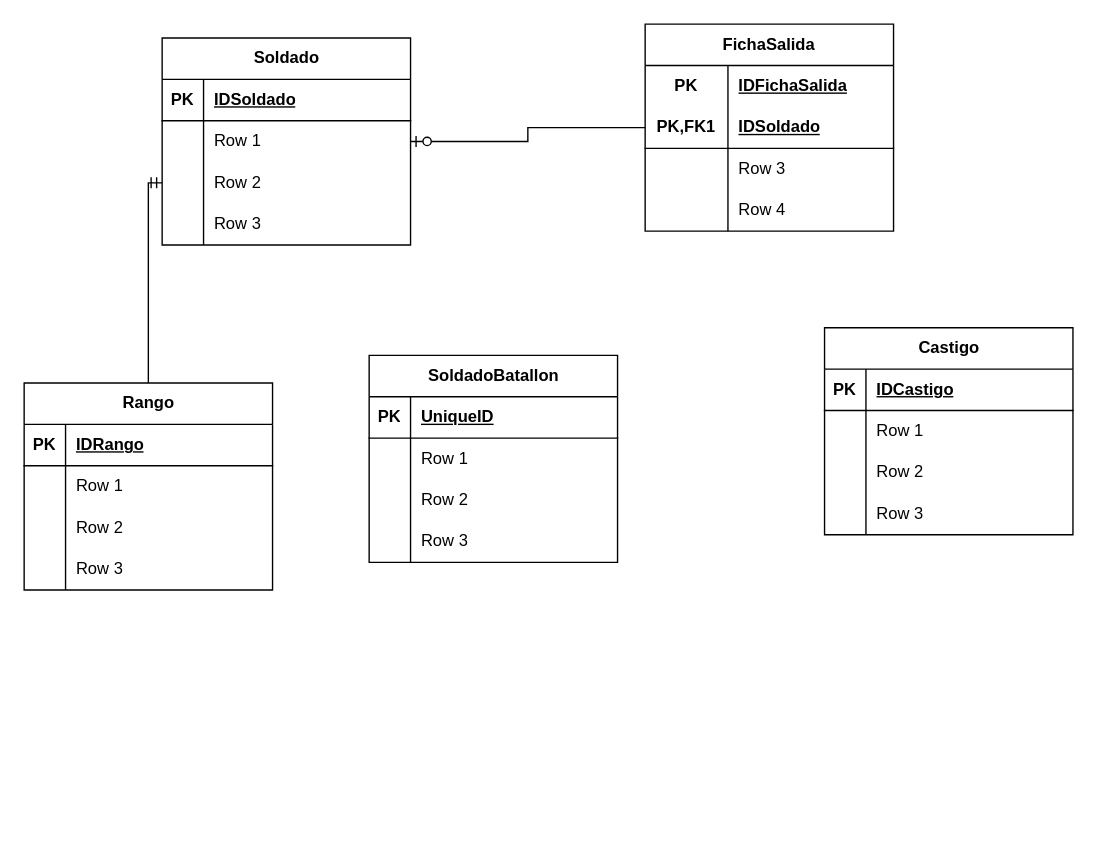
The draw.io diagram Ejercito.drawio in Rafael454Gonzalez/django-portfolio-simple, before the edit. Source tidied: cells renumbered, new cells numbered last; positions are measured from the earlier drawing's top-left corner, leaving out a move shared by most shapes. Both pictures are drawn from the tidied source at 138%, with x=0, y=0 at pixel (23, 23).
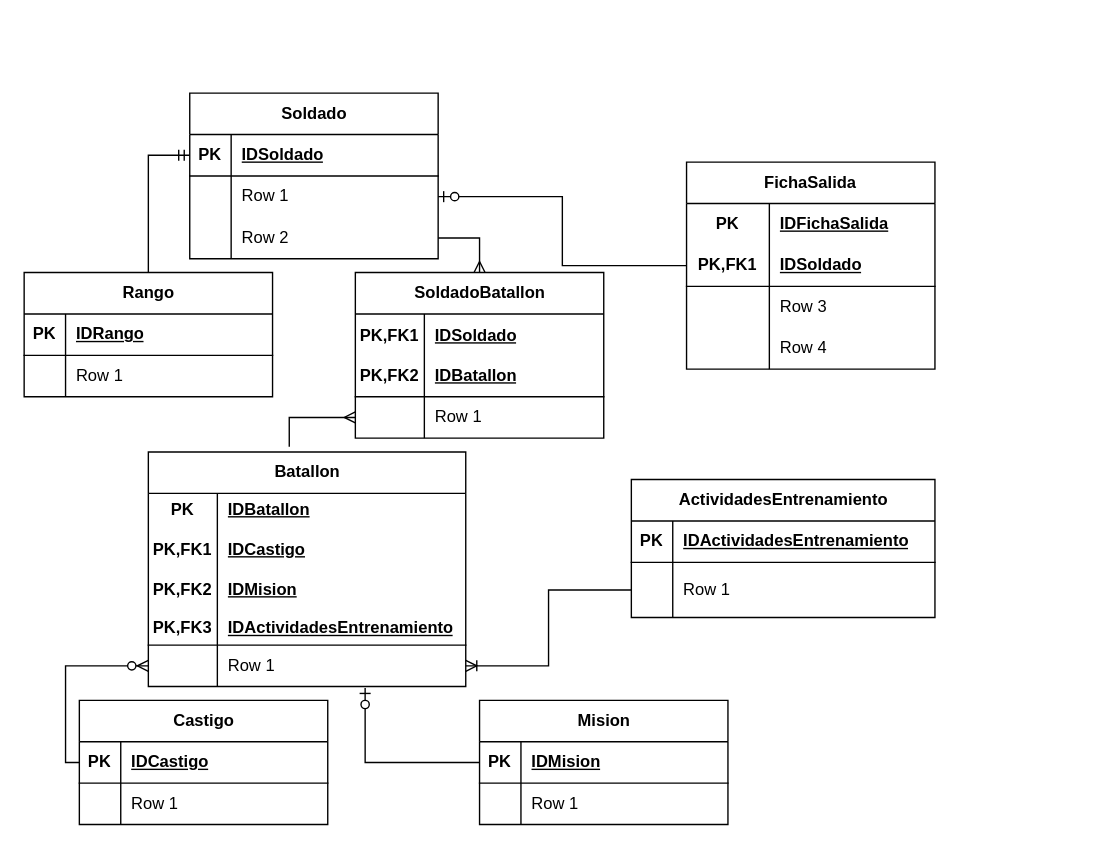
The same diagram, later.

Unchanged cells that the change refers to:
```xml
<mxCell id="3" style="shape=tableRow;horizontal=0;startSize=0;swimlaneHead=0;swimlaneBody=0;fillColor=none;points=[[0,0.5],[1,0.5]];portConstraint=eastwest;top=0;left=0;right=0;bottom=1;" parent="2" vertex="1">
  <mxGeometry y="30" width="180" height="30" as="geometry" />
</mxCell>
<mxCell id="9" style="shape=tableRow;horizontal=0;startSize=0;swimlaneHead=0;swimlaneBody=0;fillColor=none;points=[[0,0.5],[1,0.5]];portConstraint=eastwest;top=0;left=0;right=0;bottom=0;" parent="2" vertex="1">
  <mxGeometry y="90" width="180" height="30" as="geometry" />
</mxCell>
<mxCell id="44" style="shape=tableRow;horizontal=0;startSize=0;swimlaneHead=0;swimlaneBody=0;fillColor=none;points=[[0,0.5],[1,0.5]];portConstraint=eastwest;top=0;left=0;right=0;bottom=1;" parent="43" vertex="1">
  <mxGeometry y="30" width="180" height="30" as="geometry" />
</mxCell>
```

Change to the diagram source:
```diff
@@
     <mxCell id="2" value="Soldado" style="shape=table;startSize=30;childLayout=tableLayout;rowLines=0;fontStyle=1;align=center;html=1;" parent="1" vertex="1">
-      <mxGeometry x="100" y="10" width="180" height="150" as="geometry" />
+      <mxGeometry x="120" y="50" width="180" height="120" as="geometry" />
     </mxCell>
@@
-    <mxCell id="12" style="shape=tableRow;horizontal=0;startSize=0;swimlaneHead=0;swimlaneBody=0;fillColor=none;top=0;left=0;right=0;bottom=0;" parent="2" vertex="1">
-      <mxGeometry y="120" width="180" height="30" as="geometry" />
-    </mxCell>
-    <mxCell id="13" style="shape=partialRectangle;fillColor=none;top=0;left=0;bottom=0;right=0;overflow=hidden;whiteSpace=wrap;html=1;" parent="12" vertex="1">
-      <mxGeometry width="30" height="30" as="geometry" />
-    </mxCell>
-    <mxCell id="14" value="Row 3" style="shape=partialRectangle;fillColor=none;top=0;left=0;bottom=0;right=0;align=left;spacingLeft=6;overflow=hidden;whiteSpace=wrap;html=1;" parent="12" vertex="1">
-      <mxGeometry x="30" width="150" height="30" as="geometry" />
-    </mxCell>
     <mxCell id="15" value="FichaSalida" style="shape=table;startSize=30;childLayout=tableLayout;rowLines=0;fontStyle=1;align=center;html=1;whiteSpace=wrap;" parent="1" vertex="1">
-      <mxGeometry x="450" width="180" height="150" as="geometry" />
+      <mxGeometry x="480" y="100" width="180" height="150" as="geometry" />
     </mxCell>
@@
     <mxCell id="29" value="Rango" style="shape=table;startSize=30;childLayout=tableLayout;rowLines=0;fontStyle=1;align=center;html=1;" parent="1" vertex="1">
-      <mxGeometry y="260" width="180" height="150" as="geometry" />
+      <mxGeometry y="180" width="180" height="90" as="geometry" />
     </mxCell>
@@
-    <mxCell id="36" style="shape=tableRow;horizontal=0;startSize=0;swimlaneHead=0;swimlaneBody=0;fillColor=none;top=0;left=0;right=0;bottom=0;" parent="29" vertex="1">
-      <mxGeometry y="90" width="180" height="30" as="geometry" />
-    </mxCell>
-    <mxCell id="37" style="shape=partialRectangle;fillColor=none;top=0;left=0;bottom=0;right=0;overflow=hidden;whiteSpace=wrap;html=1;" parent="36" vertex="1">
-      <mxGeometry width="30" height="30" as="geometry" />
-    </mxCell>
-    <mxCell id="38" value="Row 2" style="shape=partialRectangle;fillColor=none;top=0;left=0;bottom=0;right=0;align=left;spacingLeft=6;overflow=hidden;whiteSpace=wrap;html=1;" parent="36" vertex="1">
-      <mxGeometry x="30" width="150" height="30" as="geometry" />
-    </mxCell>
-    <mxCell id="39" style="shape=tableRow;horizontal=0;startSize=0;swimlaneHead=0;swimlaneBody=0;fillColor=none;top=0;left=0;right=0;bottom=0;" parent="29" vertex="1">
-      <mxGeometry y="120" width="180" height="30" as="geometry" />
-    </mxCell>
-    <mxCell id="40" style="shape=partialRectangle;fillColor=none;top=0;left=0;bottom=0;right=0;overflow=hidden;whiteSpace=wrap;html=1;" parent="39" vertex="1">
-      <mxGeometry width="30" height="30" as="geometry" />
-    </mxCell>
-    <mxCell id="41" value="Row 3" style="shape=partialRectangle;fillColor=none;top=0;left=0;bottom=0;right=0;align=left;spacingLeft=6;overflow=hidden;whiteSpace=wrap;html=1;" parent="39" vertex="1">
-      <mxGeometry x="30" width="150" height="30" as="geometry" />
-    </mxCell>
-    <mxCell id="42" style="edgeStyle=orthogonalEdgeStyle;fontSize=12;html=1;endArrow=ERmandOne;rounded=0;exitX=0.5;exitY=0;exitDx=0;exitDy=0;entryX=0;entryY=0.5;entryDx=0;entryDy=0;" parent="1" edge="1" source="29" target="9">
+    <mxCell id="42" style="edgeStyle=orthogonalEdgeStyle;fontSize=12;html=1;endArrow=ERmandOne;rounded=0;exitX=0.5;exitY=0;exitDx=0;exitDy=0;entryX=0;entryY=0.5;entryDx=0;entryDy=0;" parent="1" edge="1" source="29" target="3">
       <mxGeometry relative="1" as="geometry" />
     </mxCell>
     <mxCell id="43" value="Castigo" style="shape=table;startSize=30;childLayout=tableLayout;rowLines=0;fontStyle=1;align=center;html=1;" parent="1" vertex="1">
-      <mxGeometry x="580" y="220" width="180" height="150" as="geometry" />
+      <mxGeometry x="40" y="490" width="180" height="90" as="geometry" />
     </mxCell>
@@
-    <mxCell id="50" style="shape=tableRow;horizontal=0;startSize=0;swimlaneHead=0;swimlaneBody=0;fillColor=none;top=0;left=0;right=0;bottom=0;" parent="43" vertex="1">
-      <mxGeometry y="90" width="180" height="30" as="geometry" />
-    </mxCell>
-    <mxCell id="51" style="shape=partialRectangle;fillColor=none;top=0;left=0;bottom=0;right=0;overflow=hidden;whiteSpace=wrap;html=1;" parent="50" vertex="1">
-      <mxGeometry width="30" height="30" as="geometry" />
-    </mxCell>
-    <mxCell id="52" value="Row 2" style="shape=partialRectangle;fillColor=none;top=0;left=0;bottom=0;right=0;align=left;spacingLeft=6;overflow=hidden;whiteSpace=wrap;html=1;" parent="50" vertex="1">
-      <mxGeometry x="30" width="150" height="30" as="geometry" />
-    </mxCell>
-    <mxCell id="53" style="shape=tableRow;horizontal=0;startSize=0;swimlaneHead=0;swimlaneBody=0;fillColor=none;top=0;left=0;right=0;bottom=0;" parent="43" vertex="1">
-      <mxGeometry y="120" width="180" height="30" as="geometry" />
-    </mxCell>
-    <mxCell id="54" style="shape=partialRectangle;fillColor=none;top=0;left=0;bottom=0;right=0;overflow=hidden;whiteSpace=wrap;html=1;" parent="53" vertex="1">
-      <mxGeometry width="30" height="30" as="geometry" />
-    </mxCell>
-    <mxCell id="55" value="Row 3" style="shape=partialRectangle;fillColor=none;top=0;left=0;bottom=0;right=0;align=left;spacingLeft=6;overflow=hidden;whiteSpace=wrap;html=1;" parent="53" vertex="1">
-      <mxGeometry x="30" width="150" height="30" as="geometry" />
-    </mxCell>
     <mxCell id="56" value="SoldadoBatallon" style="shape=table;startSize=30;childLayout=tableLayout;rowLines=0;fontStyle=1;align=center;html=1;" parent="1" vertex="1">
-      <mxGeometry x="250" y="240" width="180" height="150" as="geometry" />
+      <mxGeometry x="240" y="180" width="180" height="120" as="geometry" />
     </mxCell>
     <mxCell id="57" style="shape=tableRow;horizontal=0;startSize=0;swimlaneHead=0;swimlaneBody=0;fillColor=none;top=0;left=0;right=0;bottom=1;" parent="56" vertex="1">
-      <mxGeometry y="30" width="180" height="30" as="geometry" />
+      <mxGeometry y="30" width="180" height="60" as="geometry" />
     </mxCell>
-    <mxCell id="58" value="PK" style="shape=partialRectangle;fillColor=none;top=0;left=0;bottom=0;right=0;fontStyle=1;overflow=hidden;whiteSpace=wrap;html=1;" parent="57" vertex="1">
-      <mxGeometry width="30" height="30" as="geometry" />
+    <mxCell id="58" value="PK,FK1&lt;br&gt;&lt;br&gt;PK,FK2" style="shape=partialRectangle;fillColor=none;top=0;left=0;bottom=0;right=0;fontStyle=1;overflow=hidden;whiteSpace=wrap;html=1;" parent="57" vertex="1">
+      <mxGeometry width="50" height="60" as="geometry" />
     </mxCell>
-    <mxCell id="59" value="UniqueID" style="shape=partialRectangle;fillColor=none;top=0;left=0;bottom=0;right=0;align=left;spacingLeft=6;fontStyle=5;overflow=hidden;whiteSpace=wrap;html=1;" parent="57" vertex="1">
-      <mxGeometry x="30" width="150" height="30" as="geometry" />
+    <mxCell id="59" value="IDSoldado&lt;br&gt;&lt;br&gt;IDBatallon" style="shape=partialRectangle;fillColor=none;top=0;left=0;bottom=0;right=0;align=left;spacingLeft=6;fontStyle=5;overflow=hidden;whiteSpace=wrap;html=1;" parent="57" vertex="1">
+      <mxGeometry x="50" width="130" height="60" as="geometry" />
     </mxCell>
     <mxCell id="60" style="shape=tableRow;horizontal=0;startSize=0;swimlaneHead=0;swimlaneBody=0;fillColor=none;points=[[0,0.5],[1,0.5]];portConstraint=eastwest;top=0;left=0;right=0;bottom=0;" parent="56" vertex="1">
-      <mxGeometry y="60" width="180" height="30" as="geometry" />
+      <mxGeometry y="90" width="180" height="30" as="geometry" />
     </mxCell>
     <mxCell id="61" style="shape=partialRectangle;fillColor=none;top=0;left=0;bottom=0;right=0;overflow=hidden;whiteSpace=wrap;html=1;" parent="60" vertex="1">
-      <mxGeometry width="30" height="30" as="geometry" />
+      <mxGeometry width="50" height="30" as="geometry" />
     </mxCell>
     <mxCell id="62" value="Row 1" style="shape=partialRectangle;fillColor=none;top=0;left=0;bottom=0;right=0;align=left;spacingLeft=6;overflow=hidden;whiteSpace=wrap;html=1;" parent="60" vertex="1">
-      <mxGeometry x="30" width="150" height="30" as="geometry" />
+      <mxGeometry x="50" width="130" height="30" as="geometry" />
     </mxCell>
-    <mxCell id="63" style="shape=tableRow;horizontal=0;startSize=0;swimlaneHead=0;swimlaneBody=0;fillColor=none;top=0;left=0;right=0;bottom=0;" parent="56" vertex="1">
-      <mxGeometry y="90" width="180" height="30" as="geometry" />
-    </mxCell>
-    <mxCell id="64" style="shape=partialRectangle;fillColor=none;top=0;left=0;bottom=0;right=0;overflow=hidden;whiteSpace=wrap;html=1;" parent="63" vertex="1">
-      <mxGeometry width="30" height="30" as="geometry" />
-    </mxCell>
-    <mxCell id="65" value="Row 2" style="shape=partialRectangle;fillColor=none;top=0;left=0;bottom=0;right=0;align=left;spacingLeft=6;overflow=hidden;whiteSpace=wrap;html=1;" parent="63" vertex="1">
-      <mxGeometry x="30" width="150" height="30" as="geometry" />
-    </mxCell>
-    <mxCell id="66" style="shape=tableRow;horizontal=0;startSize=0;swimlaneHead=0;swimlaneBody=0;fillColor=none;top=0;left=0;right=0;bottom=0;" parent="56" vertex="1">
-      <mxGeometry y="120" width="180" height="30" as="geometry" />
-    </mxCell>
-    <mxCell id="67" style="shape=partialRectangle;fillColor=none;top=0;left=0;bottom=0;right=0;overflow=hidden;whiteSpace=wrap;html=1;" parent="66" vertex="1">
-      <mxGeometry width="30" height="30" as="geometry" />
-    </mxCell>
-    <mxCell id="68" value="Row 3" style="shape=partialRectangle;fillColor=none;top=0;left=0;bottom=0;right=0;align=left;spacingLeft=6;overflow=hidden;whiteSpace=wrap;html=1;" parent="66" vertex="1">
-      <mxGeometry x="30" width="150" height="30" as="geometry" />
-    </mxCell>
+    <mxCell id="69" value="Batallon" style="shape=table;startSize=30;childLayout=tableLayout;rowLines=0;fontStyle=1;align=center;html=1;" parent="1" vertex="1">
+      <mxGeometry x="90" y="310" width="230" height="170" as="geometry" />
+    </mxCell>
+    <mxCell id="70" style="shape=tableRow;horizontal=0;startSize=0;swimlaneHead=0;swimlaneBody=0;fillColor=none;top=0;left=0;right=0;bottom=1;" parent="69" vertex="1">
+      <mxGeometry y="30" width="230" height="110" as="geometry" />
+    </mxCell>
+    <mxCell id="71" value="PK&lt;br&gt;&lt;br&gt;PK,FK1&lt;br&gt;&lt;br&gt;PK,FK2&lt;br&gt;&lt;br&gt;PK,FK3" style="shape=partialRectangle;fillColor=none;top=0;left=0;bottom=0;right=0;fontStyle=1;overflow=hidden;whiteSpace=wrap;html=1;" parent="70" vertex="1">
+      <mxGeometry width="50" height="110" as="geometry" />
+    </mxCell>
+    <mxCell id="72" value="IDBatallon&lt;br&gt;&lt;br&gt;IDCastigo&lt;br&gt;&lt;br&gt;IDMision&lt;br&gt;&lt;br&gt;IDActividadesEntrenamiento" style="shape=partialRectangle;fillColor=none;top=0;left=0;bottom=0;right=0;align=left;spacingLeft=6;fontStyle=5;overflow=hidden;whiteSpace=wrap;html=1;" parent="70" vertex="1">
+      <mxGeometry x="50" width="180" height="110" as="geometry" />
+    </mxCell>
+    <mxCell id="73" style="shape=tableRow;horizontal=0;startSize=0;swimlaneHead=0;swimlaneBody=0;fillColor=none;points=[[0,0.5],[1,0.5]];portConstraint=eastwest;top=0;left=0;right=0;bottom=0;" parent="69" vertex="1">
+      <mxGeometry y="140" width="230" height="30" as="geometry" />
+    </mxCell>
+    <mxCell id="74" style="shape=partialRectangle;fillColor=none;top=0;left=0;bottom=0;right=0;overflow=hidden;whiteSpace=wrap;html=1;" parent="73" vertex="1">
+      <mxGeometry width="50" height="30" as="geometry" />
+    </mxCell>
+    <mxCell id="75" value="Row 1" style="shape=partialRectangle;fillColor=none;top=0;left=0;bottom=0;right=0;align=left;spacingLeft=6;overflow=hidden;whiteSpace=wrap;html=1;" parent="73" vertex="1">
+      <mxGeometry x="50" width="180" height="30" as="geometry" />
+    </mxCell>
+    <mxCell id="76" value="ActividadesEntrenamiento" style="shape=table;startSize=30;childLayout=tableLayout;rowLines=0;fontStyle=1;align=center;html=1;" parent="1" vertex="1">
+      <mxGeometry x="440" y="330" width="220" height="100" as="geometry" />
+    </mxCell>
+    <mxCell id="77" style="shape=tableRow;horizontal=0;startSize=0;swimlaneHead=0;swimlaneBody=0;fillColor=none;top=0;left=0;right=0;bottom=1;" parent="76" vertex="1">
+      <mxGeometry y="30" width="220" height="30" as="geometry" />
+    </mxCell>
+    <mxCell id="78" value="PK" style="shape=partialRectangle;fillColor=none;top=0;left=0;bottom=0;right=0;fontStyle=1;overflow=hidden;whiteSpace=wrap;html=1;" parent="77" vertex="1">
+      <mxGeometry width="30" height="30" as="geometry" />
+    </mxCell>
+    <mxCell id="79" value="IDActividadesEntrenamiento" style="shape=partialRectangle;fillColor=none;top=0;left=0;bottom=0;right=0;align=left;spacingLeft=6;fontStyle=5;overflow=hidden;whiteSpace=wrap;html=1;" parent="77" vertex="1">
+      <mxGeometry x="30" width="190" height="30" as="geometry" />
+    </mxCell>
+    <mxCell id="80" style="shape=tableRow;horizontal=0;startSize=0;swimlaneHead=0;swimlaneBody=0;fillColor=none;points=[[0,0.5],[1,0.5]];portConstraint=eastwest;top=0;left=0;right=0;bottom=0;" parent="76" vertex="1">
+      <mxGeometry y="60" width="220" height="40" as="geometry" />
+    </mxCell>
+    <mxCell id="81" style="shape=partialRectangle;fillColor=none;top=0;left=0;bottom=0;right=0;overflow=hidden;whiteSpace=wrap;html=1;" parent="80" vertex="1">
+      <mxGeometry width="30" height="40" as="geometry" />
+    </mxCell>
+    <mxCell id="82" value="Row 1" style="shape=partialRectangle;fillColor=none;top=0;left=0;bottom=0;right=0;align=left;spacingLeft=6;overflow=hidden;whiteSpace=wrap;html=1;" parent="80" vertex="1">
+      <mxGeometry x="30" width="190" height="40" as="geometry" />
+    </mxCell>
+    <mxCell id="83" style="edgeStyle=orthogonalEdgeStyle;fontSize=12;html=1;endArrow=ERoneToMany;rounded=0;entryX=1;entryY=0.5;entryDx=0;entryDy=0;exitX=0;exitY=0.5;exitDx=0;exitDy=0;" parent="1" edge="1" source="80" target="73">
+      <mxGeometry relative="1" as="geometry" />
+    </mxCell>
+    <mxCell id="84" style="edgeStyle=orthogonalEdgeStyle;fontSize=12;html=1;endArrow=ERmany;rounded=0;exitX=1;exitY=0.5;exitDx=0;exitDy=0;entryX=0.5;entryY=0;entryDx=0;entryDy=0;" parent="1" edge="1" source="9" target="56">
+      <mxGeometry relative="1" as="geometry" />
+    </mxCell>
+    <mxCell id="85" style="edgeStyle=orthogonalEdgeStyle;fontSize=12;html=1;endArrow=ERmany;rounded=0;exitX=0.444;exitY=-0.022;exitDx=0;exitDy=0;exitPerimeter=0;entryX=0;entryY=0.5;entryDx=0;entryDy=0;" parent="1" edge="1" source="69" target="60">
+      <mxGeometry relative="1" as="geometry" />
+    </mxCell>
+    <mxCell id="86" style="edgeStyle=orthogonalEdgeStyle;fontSize=12;html=1;endArrow=ERzeroToMany;endFill=1;rounded=0;entryX=0;entryY=0.5;entryDx=0;entryDy=0;exitX=0;exitY=0.5;exitDx=0;exitDy=0;" parent="1" edge="1" source="44" target="73">
+      <mxGeometry relative="1" as="geometry" />
+    </mxCell>
+    <mxCell id="87" value="Mision" style="shape=table;startSize=30;childLayout=tableLayout;rowLines=0;fontStyle=1;align=center;html=1;" parent="1" vertex="1">
+      <mxGeometry x="330" y="490" width="180" height="90" as="geometry" />
+    </mxCell>
+    <mxCell id="88" style="shape=tableRow;horizontal=0;startSize=0;swimlaneHead=0;swimlaneBody=0;fillColor=none;points=[[0,0.5],[1,0.5]];portConstraint=eastwest;top=0;left=0;right=0;bottom=1;" parent="87" vertex="1">
+      <mxGeometry y="30" width="180" height="30" as="geometry" />
+    </mxCell>
+    <mxCell id="89" value="PK" style="shape=partialRectangle;fillColor=none;top=0;left=0;bottom=0;right=0;fontStyle=1;overflow=hidden;whiteSpace=wrap;html=1;" parent="88" vertex="1">
+      <mxGeometry width="30" height="30" as="geometry" />
+    </mxCell>
+    <mxCell id="90" value="IDMision" style="shape=partialRectangle;fillColor=none;top=0;left=0;bottom=0;right=0;align=left;spacingLeft=6;fontStyle=5;overflow=hidden;whiteSpace=wrap;html=1;" parent="88" vertex="1">
+      <mxGeometry x="30" width="150" height="30" as="geometry" />
+    </mxCell>
+    <mxCell id="91" style="shape=tableRow;horizontal=0;startSize=0;swimlaneHead=0;swimlaneBody=0;fillColor=none;top=0;left=0;right=0;bottom=0;" parent="87" vertex="1">
+      <mxGeometry y="60" width="180" height="30" as="geometry" />
+    </mxCell>
+    <mxCell id="92" style="shape=partialRectangle;fillColor=none;top=0;left=0;bottom=0;right=0;overflow=hidden;whiteSpace=wrap;html=1;" parent="91" vertex="1">
+      <mxGeometry width="30" height="30" as="geometry" />
+    </mxCell>
+    <mxCell id="93" value="Row 1" style="shape=partialRectangle;fillColor=none;top=0;left=0;bottom=0;right=0;align=left;spacingLeft=6;overflow=hidden;whiteSpace=wrap;html=1;" parent="91" vertex="1">
+      <mxGeometry x="30" width="150" height="30" as="geometry" />
+    </mxCell>
+    <mxCell id="94" style="edgeStyle=orthogonalEdgeStyle;fontSize=12;html=1;endArrow=ERzeroToOne;endFill=1;rounded=0;exitX=0;exitY=0.5;exitDx=0;exitDy=0;entryX=0.683;entryY=1.033;entryDx=0;entryDy=0;entryPerimeter=0;" parent="1" edge="1" source="88" target="73">
+      <mxGeometry relative="1" as="geometry" />
+    </mxCell>
```
